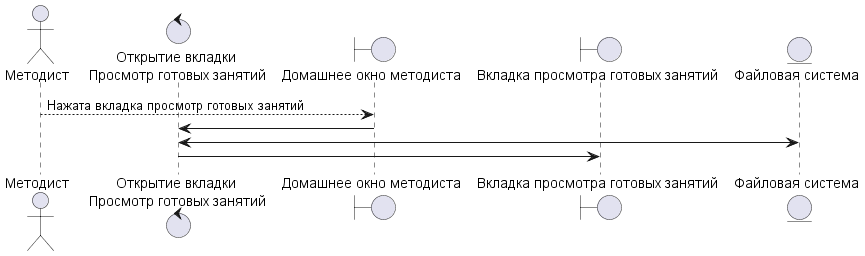
Before: UML/out/Posledovatelnosty/PoProsmotrZanyatiaMethodist/PoProsmotrZanyatiaMethodist.wsd.png, a diagram exported from PlantUML (Undetaker45/MDKP). Its diagram source:
```plantuml
@startuml PoProsmotrZanyatiaMethodist.wsd

actor "Методист" as pl

control "Открытие вкладки\n Просмотр готовых занятий" as co

boundary "Домашнее окно методиста" as bo
boundary "Вкладка просмотра готовых занятий" as bo1

entity "Файловая система" as en

pl --> bo: Нажата вкладка просмотр готовых занятий

bo -> co

co <-> en

co -> bo1

@enduml
```
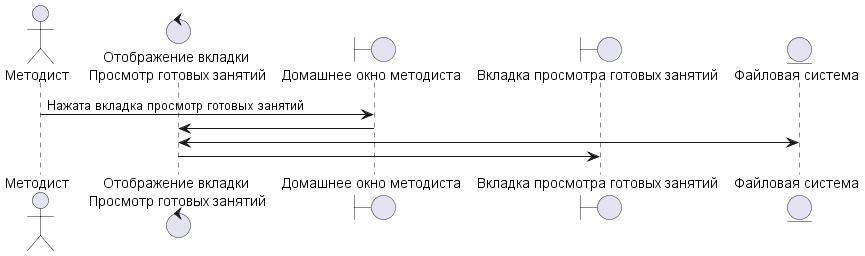
Above is the later version.

What changed in the source:
```diff
@@ -2,14 +2,14 @@
 
 actor "Методист" as pl
 
-control "Открытие вкладки\n Просмотр готовых занятий" as co
+control "Отображение вкладки\n Просмотр готовых занятий" as co
 
 boundary "Домашнее окно методиста" as bo
 boundary "Вкладка просмотра готовых занятий" as bo1
 
 entity "Файловая система" as en
 
-pl --> bo: Нажата вкладка просмотр готовых занятий
+pl -> bo: Нажата вкладка просмотр готовых занятий
 
 bo -> co
 
```
